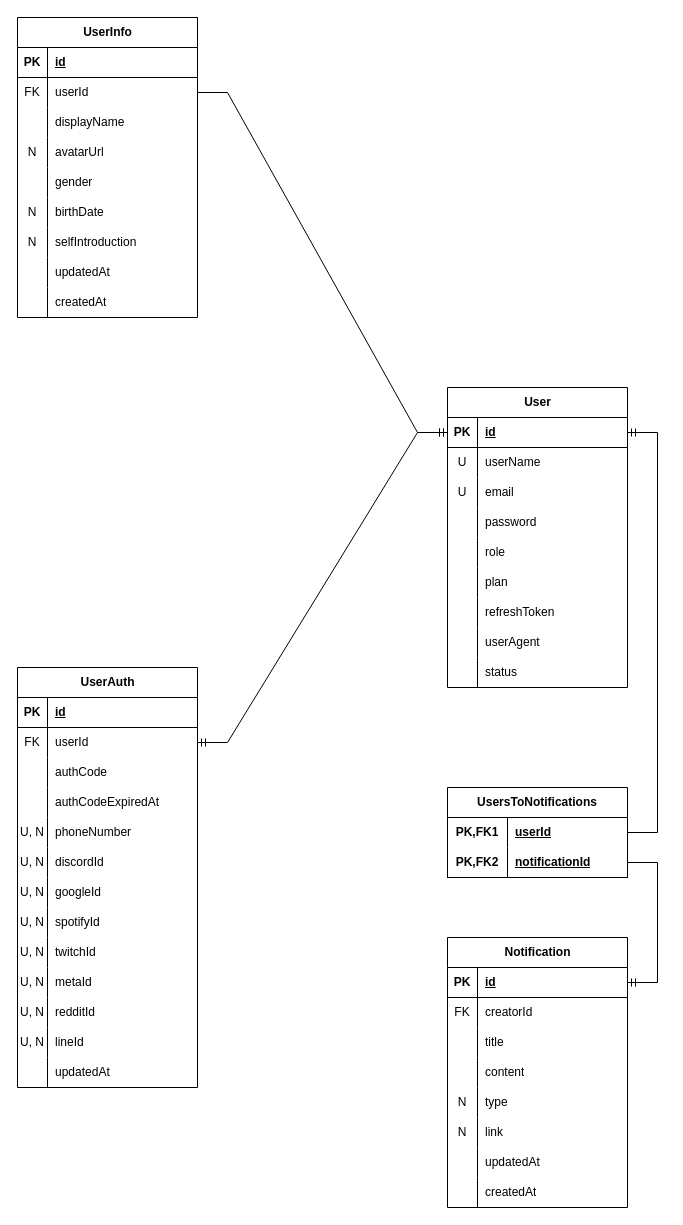
HiIamJeff67/discord-robot keeps this draw.io diagram as docs/database_schema_v1.drawio. Above is the earlier version. Source tidied: cells renumbered, new cells numbered last; positions are measured from the earlier drawing's top-left corner, leaving out a move shared by most shapes. Both pictures are drawn from the tidied source at 100%, with x=0, y=0 at pixel (17, 17).
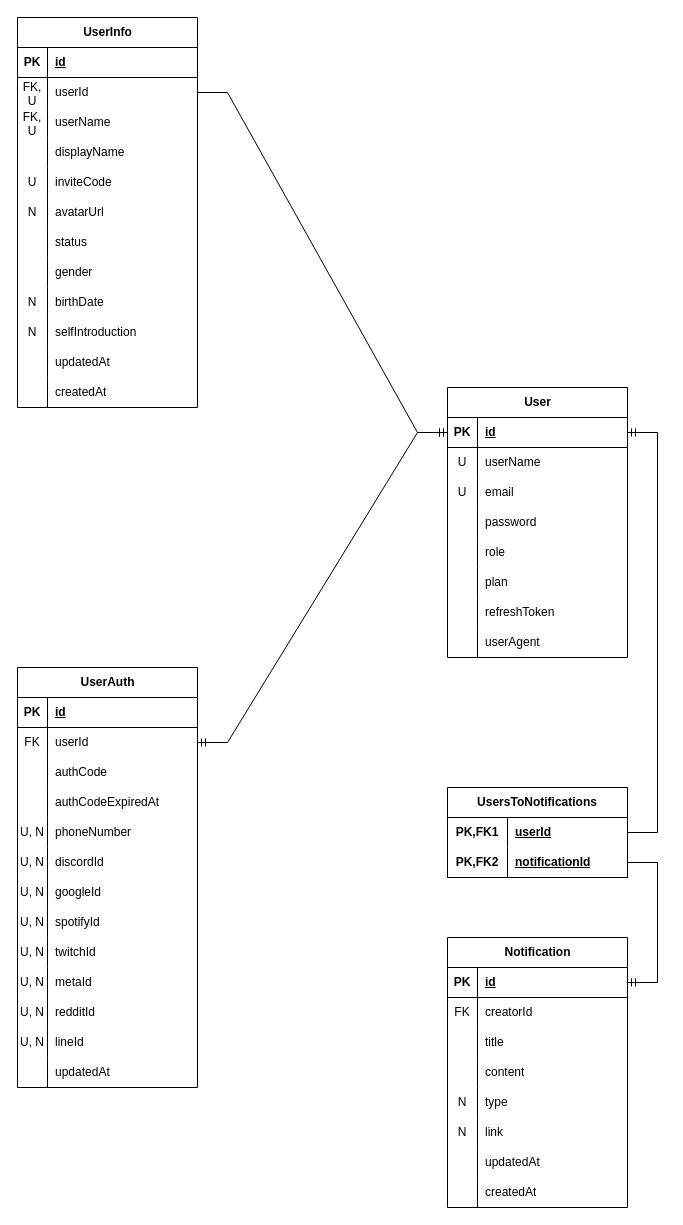
After the change.

The change refers to these unchanged cells:
```xml
<mxCell id="34" style="shape=tableRow;horizontal=0;startSize=0;swimlaneHead=0;swimlaneBody=0;fillColor=none;points=[[0,0.5],[1,0.5]];portConstraint=eastwest;top=0;left=0;right=0;bottom=0;" parent="30" vertex="1">
  <mxGeometry y="60" width="180" height="30" as="geometry" />
</mxCell>
<mxCell id="37" style="shape=tableRow;horizontal=0;startSize=0;swimlaneHead=0;swimlaneBody=0;fillColor=none;top=0;left=0;right=0;bottom=0;" parent="30" vertex="1">
  <mxGeometry y="90" width="180" height="30" as="geometry" />
</mxCell>
```

Diff of the diagram source:
```diff
@@
     <mxCell id="2" value="User" style="shape=table;startSize=30;childLayout=tableLayout;rowLines=0;fontStyle=1;align=center;html=1;" parent="1" vertex="1">
-      <mxGeometry x="430" y="370" width="180" height="300" as="geometry" />
+      <mxGeometry x="430" y="370" width="180" height="270" as="geometry" />
     </mxCell>
@@
-    <mxCell id="27" style="shape=tableRow;horizontal=0;startSize=0;swimlaneHead=0;swimlaneBody=0;fillColor=none;top=0;left=0;right=0;bottom=0;" parent="2" vertex="1">
-      <mxGeometry y="270" width="180" height="30" as="geometry" />
-    </mxCell>
-    <mxCell id="28" style="shape=partialRectangle;fillColor=none;top=0;left=0;bottom=0;right=0;overflow=hidden;whiteSpace=wrap;html=1;" parent="27" vertex="1">
-      <mxGeometry width="30" height="30" as="geometry" />
-    </mxCell>
-    <mxCell id="29" value="status" style="shape=partialRectangle;fillColor=none;top=0;left=0;bottom=0;right=0;align=left;spacingLeft=6;overflow=hidden;whiteSpace=wrap;html=1;" parent="27" vertex="1">
-      <mxGeometry x="30" width="150" height="30" as="geometry" />
-    </mxCell>
     <mxCell id="30" value="UserInfo" style="shape=table;startSize=30;childLayout=tableLayout;rowLines=0;fontStyle=1;align=center;html=1;" parent="1" vertex="1">
-      <mxGeometry width="180" height="300" as="geometry" />
+      <mxGeometry width="180" height="390" as="geometry" />
     </mxCell>
@@
-    <mxCell id="35" value="FK" style="shape=partialRectangle;fillColor=none;top=0;left=0;bottom=0;right=0;overflow=hidden;whiteSpace=wrap;html=1;" parent="34" vertex="1">
+    <mxCell id="35" value="FK, U" style="shape=partialRectangle;fillColor=none;top=0;left=0;bottom=0;right=0;overflow=hidden;whiteSpace=wrap;html=1;" parent="34" vertex="1">
       <mxGeometry width="30" height="30" as="geometry" />
     </mxCell>
@@
-    <mxCell id="38" style="shape=partialRectangle;fillColor=none;top=0;left=0;bottom=0;right=0;overflow=hidden;whiteSpace=wrap;html=1;" parent="37" vertex="1">
+    <mxCell id="38" value="FK, U" style="shape=partialRectangle;fillColor=none;top=0;left=0;bottom=0;right=0;overflow=hidden;whiteSpace=wrap;html=1;" parent="37" vertex="1">
       <mxGeometry width="30" height="30" as="geometry" />
     </mxCell>
-    <mxCell id="39" value="displayName" style="shape=partialRectangle;fillColor=none;top=0;left=0;bottom=0;right=0;align=left;spacingLeft=6;overflow=hidden;whiteSpace=wrap;html=1;" parent="37" vertex="1">
+    <mxCell id="39" value="userName" style="shape=partialRectangle;fillColor=none;top=0;left=0;bottom=0;right=0;align=left;spacingLeft=6;overflow=hidden;whiteSpace=wrap;html=1;" parent="37" vertex="1">
       <mxGeometry x="30" width="150" height="30" as="geometry" />
     </mxCell>
+    <mxCell id="134" style="shape=tableRow;horizontal=0;startSize=0;swimlaneHead=0;swimlaneBody=0;fillColor=none;top=0;left=0;right=0;bottom=0;" parent="30" vertex="1">
+      <mxGeometry y="120" width="180" height="30" as="geometry" />
+    </mxCell>
+    <mxCell id="135" style="shape=partialRectangle;fillColor=none;top=0;left=0;bottom=0;right=0;overflow=hidden;whiteSpace=wrap;html=1;" parent="134" vertex="1">
+      <mxGeometry width="30" height="30" as="geometry" />
+    </mxCell>
+    <mxCell id="136" value="displayName" style="shape=partialRectangle;fillColor=none;top=0;left=0;bottom=0;right=0;align=left;spacingLeft=6;overflow=hidden;whiteSpace=wrap;html=1;" parent="134" vertex="1">
+      <mxGeometry x="30" width="150" height="30" as="geometry" />
+    </mxCell>
+    <mxCell id="137" style="shape=tableRow;horizontal=0;startSize=0;swimlaneHead=0;swimlaneBody=0;fillColor=none;top=0;left=0;right=0;bottom=0;" parent="30" vertex="1">
+      <mxGeometry y="150" width="180" height="30" as="geometry" />
+    </mxCell>
+    <mxCell id="138" value="U" style="shape=partialRectangle;fillColor=none;top=0;left=0;bottom=0;right=0;overflow=hidden;whiteSpace=wrap;html=1;" parent="137" vertex="1">
+      <mxGeometry width="30" height="30" as="geometry" />
+    </mxCell>
+    <mxCell id="139" value="inviteCode" style="shape=partialRectangle;fillColor=none;top=0;left=0;bottom=0;right=0;align=left;spacingLeft=6;overflow=hidden;whiteSpace=wrap;html=1;" parent="137" vertex="1">
+      <mxGeometry x="30" width="150" height="30" as="geometry" />
+    </mxCell>
     <mxCell id="40" style="shape=tableRow;horizontal=0;startSize=0;swimlaneHead=0;swimlaneBody=0;fillColor=none;top=0;left=0;right=0;bottom=0;" parent="30" vertex="1">
-      <mxGeometry y="120" width="180" height="30" as="geometry" />
+      <mxGeometry y="180" width="180" height="30" as="geometry" />
     </mxCell>
@@
+    <mxCell id="140" style="shape=tableRow;horizontal=0;startSize=0;swimlaneHead=0;swimlaneBody=0;fillColor=none;top=0;left=0;right=0;bottom=0;" parent="30" vertex="1">
+      <mxGeometry y="210" width="180" height="30" as="geometry" />
+    </mxCell>
+    <mxCell id="141" style="shape=partialRectangle;fillColor=none;top=0;left=0;bottom=0;right=0;overflow=hidden;whiteSpace=wrap;html=1;" parent="140" vertex="1">
+      <mxGeometry width="30" height="30" as="geometry" />
+    </mxCell>
+    <mxCell id="29" value="status" style="shape=partialRectangle;fillColor=none;top=0;left=0;bottom=0;right=0;align=left;spacingLeft=6;overflow=hidden;whiteSpace=wrap;html=1;" parent="140" vertex="1">
+      <mxGeometry x="30" width="150" height="30" as="geometry" />
+    </mxCell>
     <mxCell id="43" style="shape=tableRow;horizontal=0;startSize=0;swimlaneHead=0;swimlaneBody=0;fillColor=none;top=0;left=0;right=0;bottom=0;" parent="30" vertex="1">
-      <mxGeometry y="150" width="180" height="30" as="geometry" />
+      <mxGeometry y="240" width="180" height="30" as="geometry" />
     </mxCell>
@@
     <mxCell id="46" style="shape=tableRow;horizontal=0;startSize=0;swimlaneHead=0;swimlaneBody=0;fillColor=none;top=0;left=0;right=0;bottom=0;" parent="30" vertex="1">
-      <mxGeometry y="180" width="180" height="30" as="geometry" />
+      <mxGeometry y="270" width="180" height="30" as="geometry" />
     </mxCell>
@@
     <mxCell id="49" style="shape=tableRow;horizontal=0;startSize=0;swimlaneHead=0;swimlaneBody=0;fillColor=none;top=0;left=0;right=0;bottom=0;" parent="30" vertex="1">
-      <mxGeometry y="210" width="180" height="30" as="geometry" />
+      <mxGeometry y="300" width="180" height="30" as="geometry" />
     </mxCell>
@@
     <mxCell id="52" style="shape=tableRow;horizontal=0;startSize=0;swimlaneHead=0;swimlaneBody=0;fillColor=none;top=0;left=0;right=0;bottom=0;" parent="30" vertex="1">
-      <mxGeometry y="240" width="180" height="30" as="geometry" />
+      <mxGeometry y="330" width="180" height="30" as="geometry" />
     </mxCell>
@@
     <mxCell id="55" style="shape=tableRow;horizontal=0;startSize=0;swimlaneHead=0;swimlaneBody=0;fillColor=none;top=0;left=0;right=0;bottom=0;" parent="30" vertex="1">
-      <mxGeometry y="270" width="180" height="30" as="geometry" />
+      <mxGeometry y="360" width="180" height="30" as="geometry" />
     </mxCell>
```
